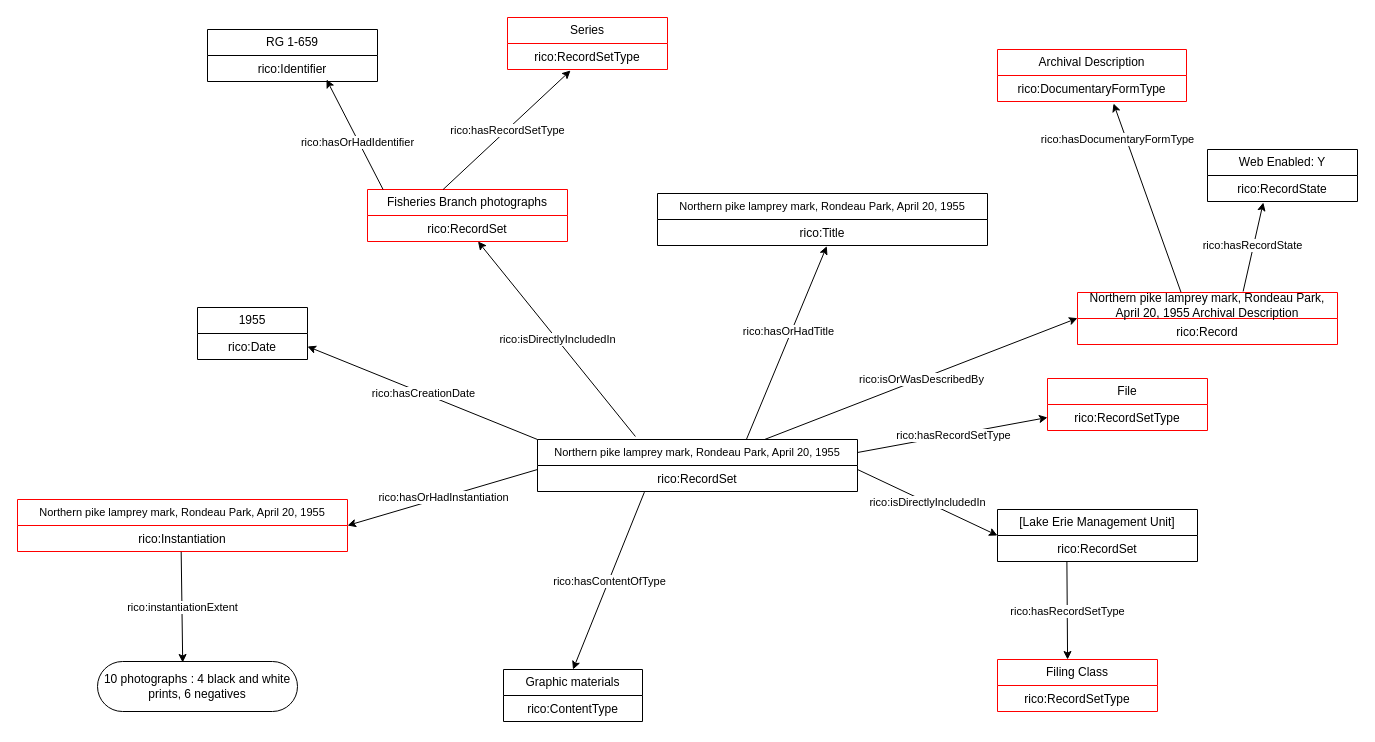
Above: gbad/RG/1/659/RG 1-659 - Northern pike lamprey mark, Rondeau Park, April 20, 1955.drawio in williamsonrichard/records_in_contexts_draw_io_parser (draw.io), before the change. Source tidied: cells renumbered, new cells numbered last; positions are measured from the earlier drawing's top-left corner, leaving out a move shared by most shapes. Both pictures are drawn from the tidied source at 100%, with x=0, y=0 at pixel (17, 17).
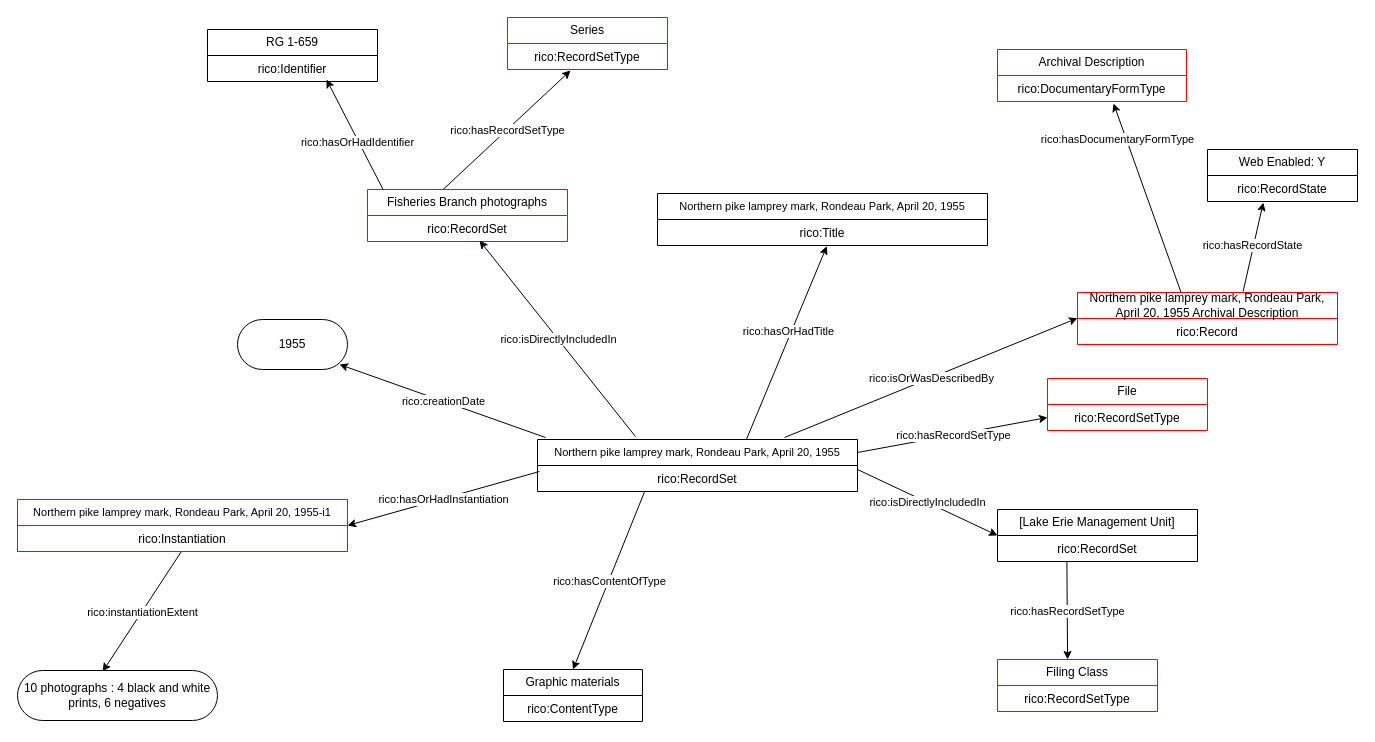
Above is the later version.

The change refers to these unchanged cells:
```xml
<mxCell id="2" value="&lt;span style=&quot;font-size: 11px;&quot;&gt;Northern pike lamprey mark, Rondeau Park, April 20, 1955&lt;/span&gt;" style="swimlane;fontStyle=0;horizontal=1;startSize=26;fillColor=none;whiteSpace=wrap;html=1;" parent="1" vertex="1">
  <mxGeometry x="520" y="422" width="320" height="52" as="geometry" />
</mxCell>
<mxCell id="3" value="rico:RecordSet" style="text;strokeColor=none;fillColor=none;align=center;verticalAlign=top;spacingLeft=4;spacingRight=4;overflow=hidden;points=[[0,0.5],[1,0.5]];portConstraint=eastwest;whiteSpace=wrap;html=1;" parent="2" vertex="1">
  <mxGeometry y="26" width="320" height="26" as="geometry" />
</mxCell>
<mxCell id="22" value="rico:Record" style="text;strokeColor=none;fillColor=none;align=center;verticalAlign=top;spacingLeft=4;spacingRight=4;overflow=hidden;points=[[0,0.5],[1,0.5]];portConstraint=eastwest;whiteSpace=wrap;html=1;" parent="21" vertex="1">
  <mxGeometry y="26" width="260" height="26" as="geometry" />
</mxCell>
<mxCell id="42" value="rico:RecordSet" style="text;strokeColor=none;fillColor=none;align=center;verticalAlign=top;spacingLeft=4;spacingRight=4;overflow=hidden;points=[[0,0.5],[1,0.5]];portConstraint=eastwest;whiteSpace=wrap;html=1;" parent="41" vertex="1">
  <mxGeometry y="26" width="200" height="26" as="geometry" />
</mxCell>
```

Diff of the diagram source:
```diff
@@
-    <mxCell id="8" value="1955" style="swimlane;fontStyle=0;horizontal=1;startSize=26;fillColor=none;whiteSpace=wrap;html=1;" parent="1" vertex="1">
-      <mxGeometry x="180" y="290" width="110" height="52" as="geometry" />
-    </mxCell>
-    <mxCell id="9" value="rico:Date" style="text;strokeColor=none;fillColor=none;align=center;verticalAlign=top;spacingLeft=4;spacingRight=4;overflow=hidden;points=[[0,0.5],[1,0.5]];portConstraint=eastwest;whiteSpace=wrap;html=1;" parent="8" vertex="1">
-      <mxGeometry y="26" width="110" height="26" as="geometry" />
-    </mxCell>
-    <mxCell id="10" style="endArrow=classic;html=1;rounded=0;exitX=0;exitY=0;exitDx=0;exitDy=0;entryX=1;entryY=0.5;entryDx=0;entryDy=0;" parent="1" edge="1" source="2" target="9">
-      <mxGeometry relative="1" as="geometry" />
-    </mxCell>
-    <mxCell id="11" value="rico:hasCreationDate" style="edgeLabel;html=1;align=center;verticalAlign=middle;" parent="10" vertex="1">
-      <mxGeometry relative="1" as="geometry" />
-    </mxCell>
-    <mxCell id="12" value="&lt;span style=&quot;font-size: 11px;&quot;&gt;Northern pike lamprey mark, Rondeau Park, April 20, 1955&lt;/span&gt;" style="swimlane;fontStyle=0;horizontal=1;startSize=26;fillColor=none;whiteSpace=wrap;html=1;strokeColor=#FF0000;" parent="1" vertex="1">
+    <mxCell id="12" value="&lt;span style=&quot;font-size: 11px;&quot;&gt;Northern pike lamprey mark, Rondeau Park, April 20, 1955-i1&lt;/span&gt;" style="swimlane;fontStyle=0;horizontal=1;startSize=26;fillColor=none;whiteSpace=wrap;html=1;strokeColor=#FF0000;" parent="1" vertex="1">
       <mxGeometry y="482" width="330" height="52" as="geometry" />
     </mxCell>
@@
-    <mxCell id="14" style="endArrow=classic;html=1;rounded=0;entryX=1;entryY=0.5;entryDx=0;entryDy=0;" parent="1" edge="1" target="12">
-      <mxGeometry relative="1" as="geometry">
-        <mxPoint x="520" y="452" as="sourcePoint" />
-      </mxGeometry>
+    <mxCell id="14" style="endArrow=classic;html=1;rounded=0;entryX=1;entryY=0.5;entryDx=0;entryDy=0;exitX=0.006;exitY=0.231;exitDx=0;exitDy=0;exitPerimeter=0;" parent="1" edge="1" source="3" target="12">
+      <mxGeometry relative="1" as="geometry" />
     </mxCell>
@@
     <mxCell id="18" value="10 photographs : 4 black and white prints, 6 negatives" style="html=1;whiteSpace=wrap;rounded=1;arcSize=50;strokeColor=#000000;" parent="1" vertex="1">
-      <mxGeometry x="80" y="644" width="200" height="50" as="geometry" />
+      <mxGeometry y="653" width="200" height="50" as="geometry" />
     </mxCell>
-    <mxCell id="19" style="endArrow=classic;html=1;rounded=0;entryX=0;entryY=-0.013;entryDx=0;entryDy=0;entryPerimeter=0;" parent="1" edge="1" source="2" target="22">
+    <mxCell id="19" style="endArrow=classic;html=1;rounded=0;entryX=0;entryY=-0.013;entryDx=0;entryDy=0;entryPerimeter=0;exitX=0.772;exitY=-0.038;exitDx=0;exitDy=0;exitPerimeter=0;" parent="1" edge="1" source="2" target="22">
       <mxGeometry relative="1" as="geometry" />
     </mxCell>
@@
-    <mxCell id="51" style="endArrow=classic;html=1;rounded=0;exitX=0.306;exitY=-0.058;exitDx=0;exitDy=0;exitPerimeter=0;strokeColor=#000000;" parent="1" edge="1" source="2" target="42">
+    <mxCell id="51" style="endArrow=classic;html=1;rounded=0;exitX=0.306;exitY=-0.058;exitDx=0;exitDy=0;exitPerimeter=0;strokeColor=#000000;entryX=0.56;entryY=0.962;entryDx=0;entryDy=0;entryPerimeter=0;" parent="1" edge="1" source="2" target="42">
       <mxGeometry relative="1" as="geometry" />
     </mxCell>
@@
+    <mxCell id="8" value="1955" style="html=1;whiteSpace=wrap;rounded=1;arcSize=50;" parent="1" vertex="1">
+      <mxGeometry x="220" y="302" width="110" height="50" as="geometry" />
+    </mxCell>
+    <mxCell id="59" style="endArrow=classic;html=1;rounded=0;exitX=0.025;exitY=-0.038;exitDx=0;exitDy=0;exitPerimeter=0;entryX=0.927;entryY=0.9;entryDx=0;entryDy=0;entryPerimeter=0;" parent="1" edge="1" source="2" target="8">
+      <mxGeometry relative="1" as="geometry" />
+    </mxCell>
+    <mxCell id="60" value="rico:creationDate" style="edgeLabel;html=1;align=center;verticalAlign=middle;" parent="59" vertex="1">
+      <mxGeometry relative="1" as="geometry" />
+    </mxCell>
```
